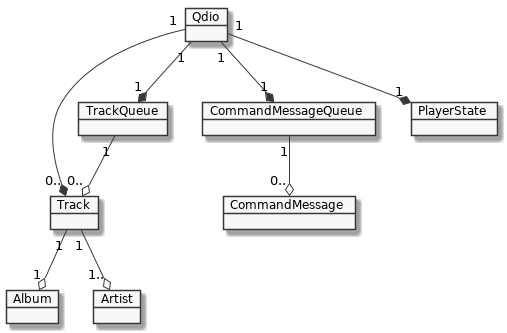
Before: out/docs/uml/domain_model/domain_model/domain_model.png, a diagram exported from PlantUML (vltmn/qdio). Its diagram source:
```plantuml
@startuml
skinparam monochrome true
object Qdio
object Track
object Album
object Artist
object CommandMessage
object CommandMessageQueue
object TrackQueue
object PlayerState

Qdio "1"--*"1" TrackQueue
Qdio "1"--* "0.." Track
Qdio "1" --* "1" CommandMessageQueue
CommandMessageQueue "1" --o "0.." CommandMessage
TrackQueue "1"--o "0.." Track
Qdio "1" --* "1" PlayerState
Track "1" --o "1.." Artist
Track "1" --o "1" Album
@enduml
```
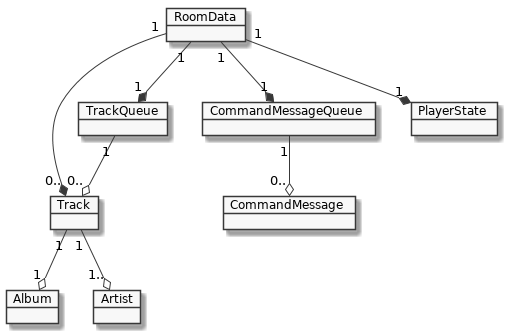
After the commit.

Commit message:
updated domain model

What changed in the source:
```diff
@@ -1,6 +1,6 @@
 @startuml
 skinparam monochrome true
-object Qdio
+object RoomData
 object Track
 object Album
 object Artist
@@ -9,12 +9,12 @@
 object TrackQueue
 object PlayerState
 
-Qdio "1"--*"1" TrackQueue
-Qdio "1"--* "0.." Track
-Qdio "1" --* "1" CommandMessageQueue
+RoomData "1"--*"1" TrackQueue
+RoomData "1"--* "0.." Track
+RoomData "1" --* "1" CommandMessageQueue
 CommandMessageQueue "1" --o "0.." CommandMessage
 TrackQueue "1"--o "0.." Track
-Qdio "1" --* "1" PlayerState
+RoomData "1" --* "1" PlayerState
 Track "1" --o "1.." Artist
 Track "1" --o "1" Album
 @enduml
```
